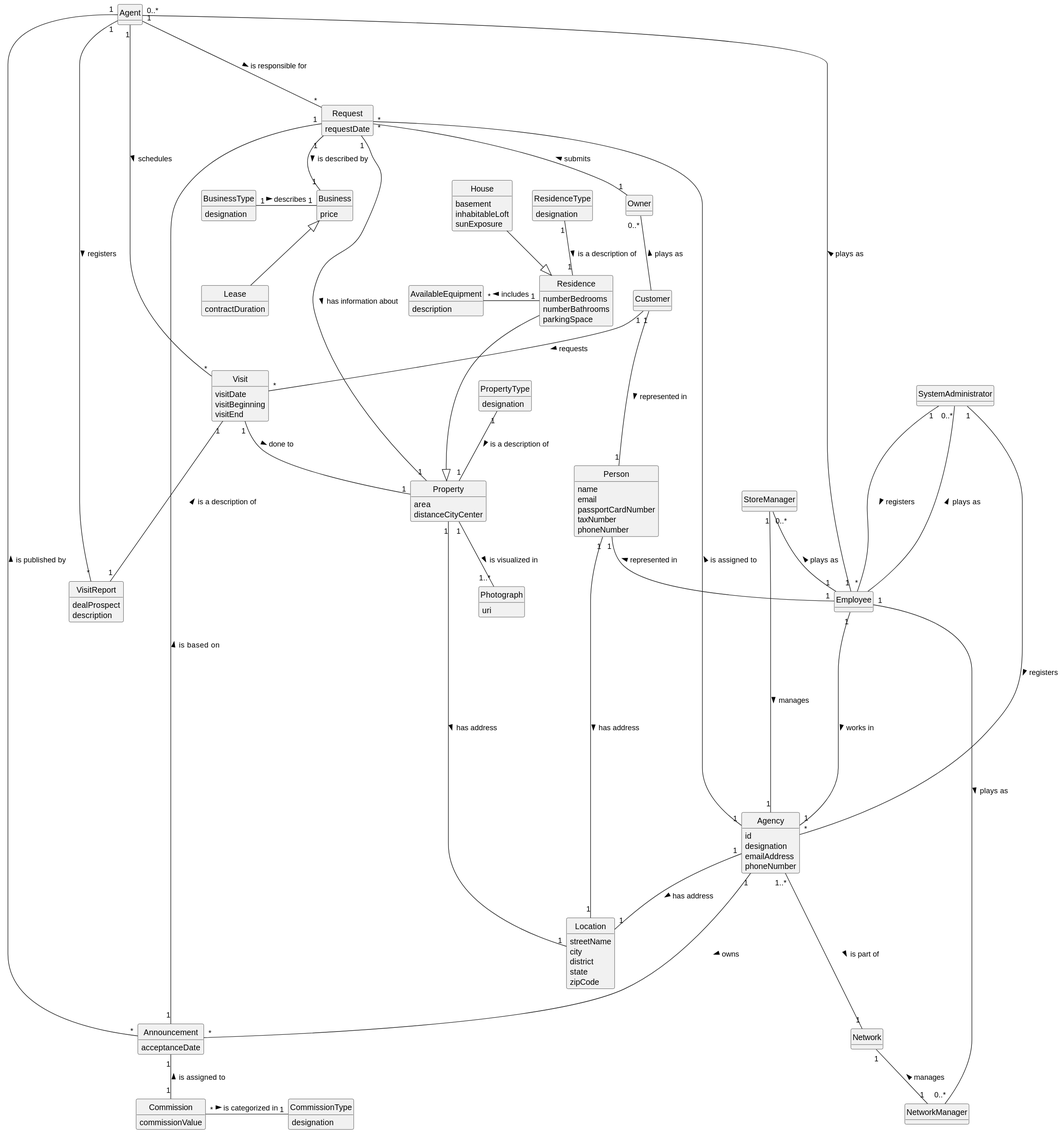
rita-barbosa/LAPR2-2223 keeps this PlantUML diagram as docs/sprintC/global-artifacts/02.analysis/svg/project-domain-model.svg. Above is the earlier version. The source it was exported from:
```plantuml
@startuml
skinparam monochrome true
skinparam packageStyle rectangle
skinparam shadowing false
skinparam classAttributeIconSize 0
hide circle
hide methods



class SystemAdministrator {
}

class Agency {
id
designation
emailAddress
phoneNumber
}

class Employee {
}

class Person{
name
email
passportCardNumber
taxNumber
phoneNumber
}

class Owner{
}

class Customer{
}

class Agent{
}

class StoreManager{
}
class NetworkManager{
}
class Announcement{
acceptanceDate
}

class Visit{
visitDate
visitBeginning
visitEnd
}
class VisitReport{
 dealProspect
 description
}
class Property{
 area
 distanceCityCenter
}

class Residence{
 numberBedrooms
 numberBathrooms
 parkingSpace
}
class AvailableEquipment{
description
}
class House{
 basement
 inhabitableLoft
 sunExposure
}
class Network{}

class PropertyType{
designation
}
class ResidenceType{
designation
}
class Photograph{
uri
}
class Location{
streetName
city
district
state
zipCode
}
class Business{
price
}
class BusinessType{
designation
}
class Lease{
contractDuration
}
class Commission {
commissionValue
}
class CommissionType {
designation
}
class Request{
requestDate
}


SystemAdministrator "0..*" -- Employee: plays as <
SystemAdministrator "1" --- "*" Employee: registers >
SystemAdministrator "1" -- "*" Agency: registers >
Person "1" -- "1" Employee: represented in <
Customer "1"  --- "1" Person: represented in >
Owner "0..*" -- Customer: plays as <
Agent "0..*" ---- "1" Employee: plays as <
StoreManager "0..*" -- "1" Employee: plays as <
NetworkManager "0..*" --- "1" Employee: plays as <
Agent "1" -- "*" Announcement: is published by <
Agent "1" - "*" Visit: schedules >
Customer "1" -- "*" Visit:  requests >
StoreManager "1" -- "1" Agency: manages >
NetworkManager "1" -up- "1" Network: manages >
Agency "1..*" --- "1" Network: is part of >
Request "*" -- "1" Owner: submits <
Visit "1" -- "1" Property: done to >
Residence  ---|>  Property
House --|> Residence
Visit "1" --- "1"  VisitReport: is a description of <
Agent "1" -- "*" VisitReport: registers >
Employee "1" ----- "1" Agency: works in  >
PropertyType "1" -- "1" Property: is a description of >
ResidenceType "1" -- "1" Residence: is a description of >
Property "1" -- "1..*" Photograph: is visualized in >
Property "1"--"1" Location: has address >
Person "1" -- "1" Location: has address >
Agency "1" -- "1" Location: has address >
Residence "1" -left "*"AvailableEquipment: includes >
Announcement "1" -- "1" Commission: is assigned to <
Agency "1" --- "*" Announcement: owns >
Property "1" -up--- "1" Request : < has information about
Request "1" -- "1" Business: is described by >
Business <|-- Lease
BusinessType "1" - "1" Business : describes >
Announcement "1" - "1" Request : is  based on >
Commission "*" - "1" CommissionType : is categorized in >
Agency "1" --- "*" Request : is assigned to >
Agent "1" --- "*" Request : is responsible for >
@enduml
```
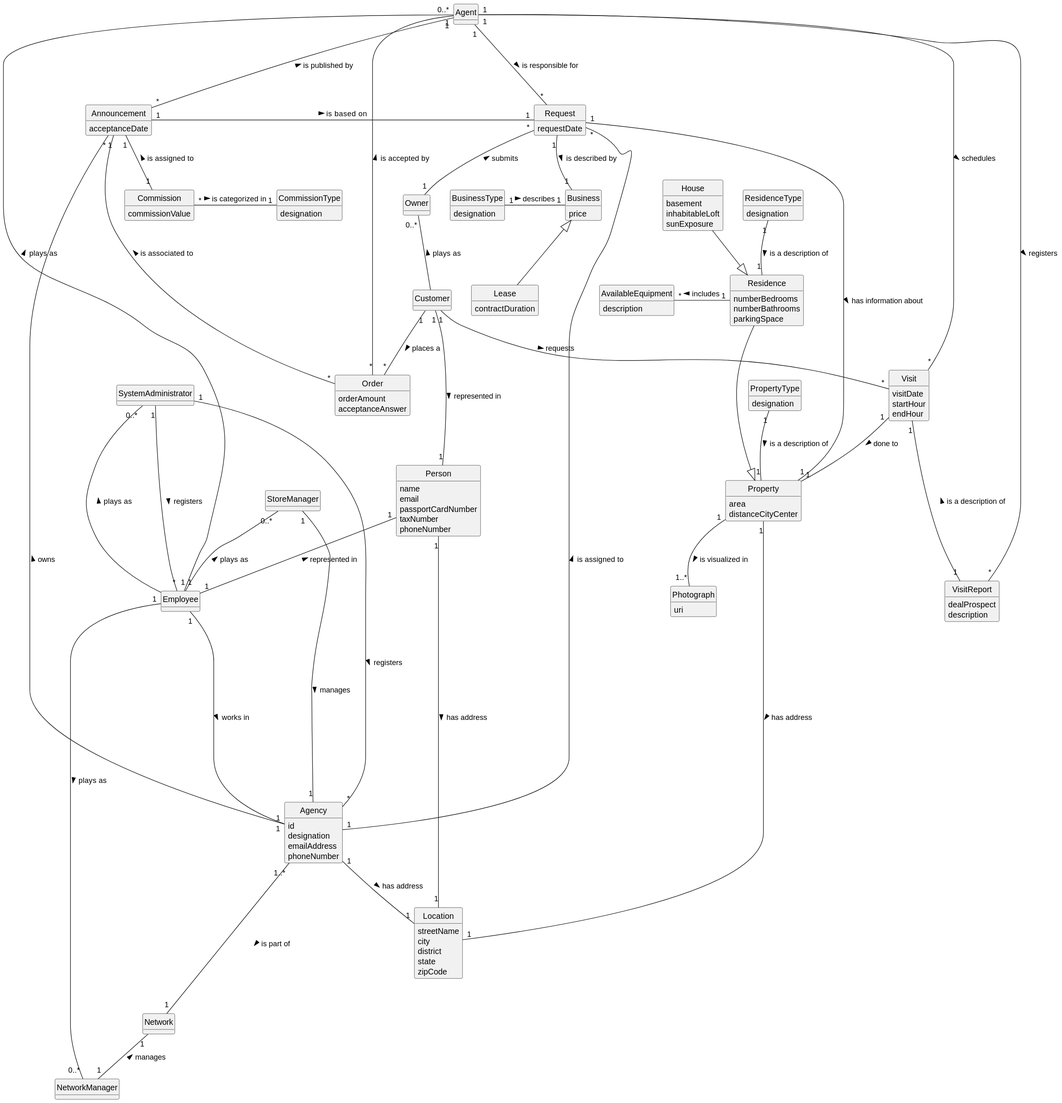
After the change.

Commit message:
Update of Domain Model [Global][Analysis]

Change to the diagram source:
```diff
@@ -48,8 +48,8 @@
 
 class Visit{
 visitDate
-visitBeginning
-visitEnd
+startHour
+endHour
 }
 class VisitReport{
  dealProspect
@@ -109,6 +109,10 @@
 class Request{
 requestDate
 }
+class Order {
+orderAmount
+acceptanceAnswer
+}
 
 
 SystemAdministrator "0..*" -- Employee: plays as <
@@ -150,4 +154,7 @@
 Commission "*" - "1" CommissionType : is categorized in >
 Agency "1" --- "*" Request : is assigned to >
 Agent "1" --- "*" Request : is responsible for >
+Agent "1" -- "*" Order : is accepted by <
+Order "*" -up- "1" Announcement : is associated to >
+Customer "1" -- "*" Order : places a >
 @enduml
```
